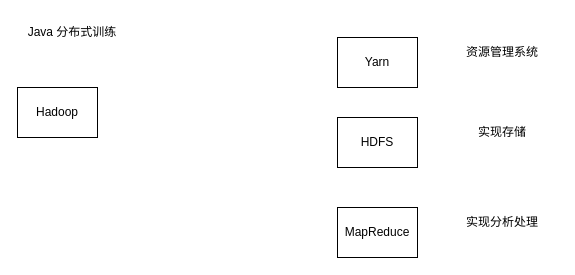
Earlier version of the draw.io diagram Hadoop.drawio (20000428/drawio). Source tidied: cells renumbered, new cells numbered last; positions are measured from the earlier drawing's top-left corner, leaving out a move shared by most shapes. Both pictures are drawn from the tidied source at 100%, with x=0, y=0 at pixel (17, 17).
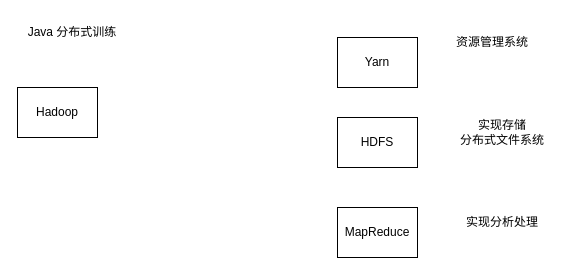
After the change.

What changed in the source:
```diff
@@
 <mxGraphModel>
   <root>
     <mxCell id="0" />
     <mxCell id="1" parent="0" />
     <mxCell id="2" value="Java 分布式训练" style="text;html=1;whiteSpace=wrap;strokeColor=none;fillColor=none;align=center;verticalAlign=middle;rounded=0;" parent="1" vertex="1">
       <mxGeometry width="110" height="30" as="geometry" />
     </mxCell>
     <mxCell id="3" value="Hadoop" style="rounded=0;whiteSpace=wrap;html=1;" parent="1" vertex="1">
       <mxGeometry y="70" width="80" height="50" as="geometry" />
     </mxCell>
     <mxCell id="4" value="Yarn" style="rounded=0;whiteSpace=wrap;html=1;" parent="1" vertex="1">
       <mxGeometry x="320" y="20" width="80" height="50" as="geometry" />
     </mxCell>
     <mxCell id="5" value="HDFS" style="rounded=0;whiteSpace=wrap;html=1;" parent="1" vertex="1">
       <mxGeometry x="320" y="100" width="80" height="50" as="geometry" />
     </mxCell>
     <mxCell id="6" value="MapReduce" style="rounded=0;whiteSpace=wrap;html=1;" parent="1" vertex="1">
       <mxGeometry x="320" y="190" width="80" height="50" as="geometry" />
     </mxCell>
     <mxCell id="7" value="实现分析处理" style="text;html=1;whiteSpace=wrap;strokeColor=none;fillColor=none;align=center;verticalAlign=middle;rounded=0;" parent="1" vertex="1">
       <mxGeometry x="430" y="190" width="110" height="30" as="geometry" />
     </mxCell>
-    <mxCell id="8" value="实现存储" style="text;html=1;whiteSpace=wrap;strokeColor=none;fillColor=none;align=center;verticalAlign=middle;rounded=0;" parent="1" vertex="1">
+    <mxCell id="8" value="实现存储&lt;div&gt;分布式文件系统&lt;/div&gt;" style="text;html=1;whiteSpace=wrap;strokeColor=none;fillColor=none;align=center;verticalAlign=middle;rounded=0;" parent="1" vertex="1">
       <mxGeometry x="430" y="100" width="110" height="30" as="geometry" />
     </mxCell>
     <mxCell id="9" value="资源管理系统" style="text;html=1;whiteSpace=wrap;strokeColor=none;fillColor=none;align=center;verticalAlign=middle;rounded=0;" parent="1" vertex="1">
-      <mxGeometry x="430" y="20" width="110" height="30" as="geometry" />
+      <mxGeometry x="420" y="10" width="110" height="30" as="geometry" />
     </mxCell>
   </root>
 </mxGraphModel>
```
